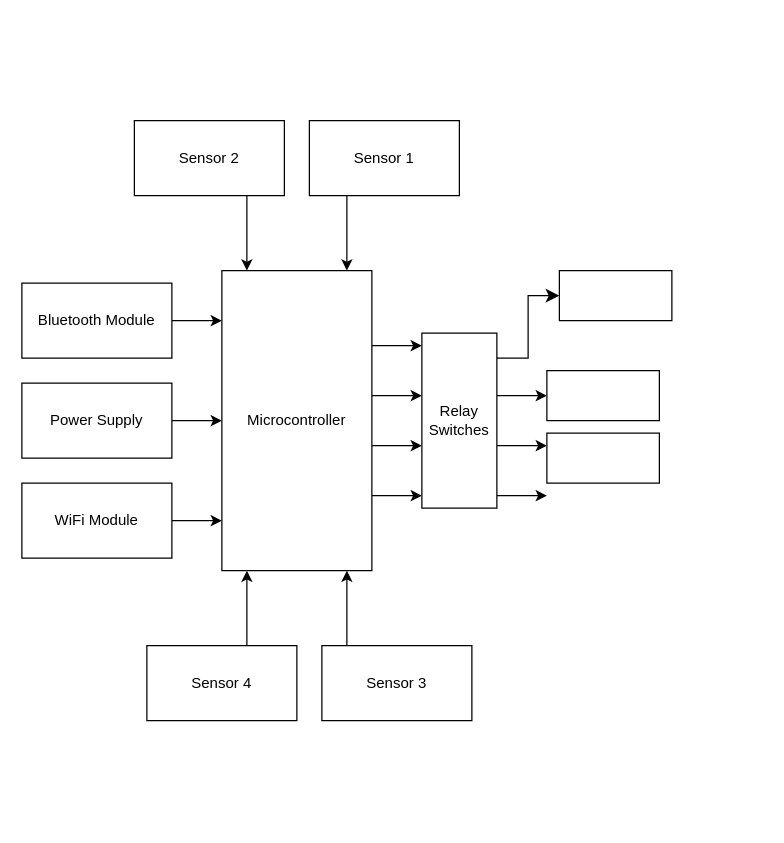
Above: Untitled Diagram.drawio in Kahmyl/Drill (draw.io), before the change. Source tidied: cells renumbered, new cells numbered last; positions are measured from the earlier drawing's top-left corner, leaving out a move shared by most shapes. Both pictures are drawn from the tidied source at 125%, with x=0, y=0 at pixel (21, 120).
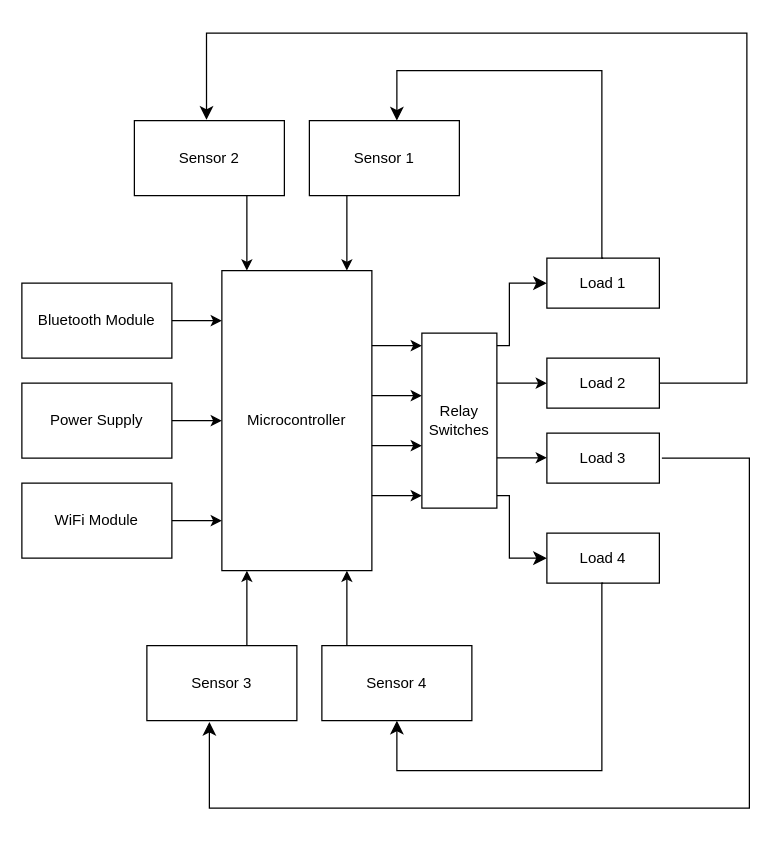
After the change.

Commit message (it also covers changes not shown here):
Home_automation

Unchanged cells that the change refers to:
```xml
<mxCell id="19" value="Sensor 2" style="rounded=0;whiteSpace=wrap;html=1;" parent="1" vertex="1">
  <mxGeometry x="90" width="120" height="60" as="geometry" />
</mxCell>
```

Diff of the diagram source:
```diff
@@
-    <mxCell id="15" value="Sensor 4" style="rounded=0;whiteSpace=wrap;html=1;" parent="1" vertex="1">
+    <mxCell id="15" value="Sensor 3" style="rounded=0;whiteSpace=wrap;html=1;" parent="1" vertex="1">
       <mxGeometry x="100" y="420" width="120" height="60" as="geometry" />
     </mxCell>
-    <mxCell id="16" value="Sensor 3" style="rounded=0;whiteSpace=wrap;html=1;" parent="1" vertex="1">
+    <mxCell id="16" value="Sensor 4" style="rounded=0;whiteSpace=wrap;html=1;" parent="1" vertex="1">
       <mxGeometry x="240" y="420" width="120" height="60" as="geometry" />
     </mxCell>
@@
     <mxCell id="22" style="endArrow=classic;html=1;rounded=0;" parent="1" edge="1">
       <mxGeometry relative="1" as="geometry">
-        <mxPoint x="380" y="220" as="sourcePoint" />
-        <mxPoint x="420" y="220" as="targetPoint" />
+        <mxPoint x="380" y="210" as="sourcePoint" />
+        <mxPoint x="420" y="210" as="targetPoint" />
         <Array as="points">
-          <mxPoint x="410" y="220" />
+          <mxPoint x="410" y="210" />
         </Array>
       </mxGeometry>
     </mxCell>
     <mxCell id="23" style="endArrow=classic;html=1;rounded=0;" parent="1" edge="1">
       <mxGeometry relative="1" as="geometry">
-        <mxPoint x="380" y="260" as="sourcePoint" />
-        <mxPoint x="420" y="260" as="targetPoint" />
+        <mxPoint x="380" y="269.7" as="sourcePoint" />
+        <mxPoint x="420" y="269.7" as="targetPoint" />
         <Array as="points">
-          <mxPoint x="410" y="260" />
+          <mxPoint x="410" y="269.7" />
         </Array>
       </mxGeometry>
     </mxCell>
-    <mxCell id="24" style="endArrow=classic;html=1;rounded=0;" parent="1" edge="1">
-      <mxGeometry relative="1" as="geometry">
-        <mxPoint x="380" y="300" as="sourcePoint" />
-        <mxPoint x="420" y="300" as="targetPoint" />
-        <Array as="points">
-          <mxPoint x="410" y="300" />
-        </Array>
-      </mxGeometry>
-    </mxCell>
-    <mxCell id="25" style="rounded=0;whiteSpace=wrap;html=1;" parent="1" vertex="1">
-      <mxGeometry x="430" y="120" width="90" height="40" as="geometry" />
+    <mxCell id="25" value="Load 1" style="rounded=0;whiteSpace=wrap;html=1;" parent="1" vertex="1">
+      <mxGeometry x="420" y="110" width="90" height="40" as="geometry" />
     </mxCell>
-    <mxCell id="26" style="rounded=0;whiteSpace=wrap;html=1;" parent="1" vertex="1">
-      <mxGeometry x="420" y="200" width="90" height="40" as="geometry" />
+    <mxCell id="26" value="Load 2" style="rounded=0;whiteSpace=wrap;html=1;" parent="1" vertex="1">
+      <mxGeometry x="420" y="190" width="90" height="40" as="geometry" />
     </mxCell>
-    <mxCell id="27" style="rounded=0;whiteSpace=wrap;html=1;" parent="1" vertex="1">
+    <mxCell id="27" value="Load 3" style="rounded=0;whiteSpace=wrap;html=1;" parent="1" vertex="1">
       <mxGeometry x="420" y="250" width="90" height="40" as="geometry" />
     </mxCell>
     <mxCell id="28" style="edgeStyle=elbowEdgeStyle;elbow=horizontal;endArrow=classic;html=1;curved=0;rounded=0;endSize=8;startSize=8;" parent="1" edge="1">
       <mxGeometry relative="1" as="geometry">
-        <mxPoint x="380" y="190" as="sourcePoint" />
-        <mxPoint x="430" y="140" as="targetPoint" />
+        <mxPoint x="380" y="180" as="sourcePoint" />
+        <mxPoint x="420" y="130" as="targetPoint" />
+        <Array as="points">
+          <mxPoint x="390" y="160" />
+        </Array>
       </mxGeometry>
     </mxCell>
+    <mxCell id="29" style="edgeStyle=elbowEdgeStyle;elbow=horizontal;endArrow=classic;html=1;curved=0;rounded=0;endSize=8;startSize=8;" parent="1" edge="1">
+      <mxGeometry relative="1" as="geometry">
+        <mxPoint x="380" y="300" as="sourcePoint" />
+        <mxPoint x="420" y="350" as="targetPoint" />
+        <Array as="points">
+          <mxPoint x="390" y="320" />
+        </Array>
+      </mxGeometry>
+    </mxCell>
+    <mxCell id="30" value="Load 4" style="rounded=0;whiteSpace=wrap;html=1;" parent="1" vertex="1">
+      <mxGeometry x="420" y="330" width="90" height="40" as="geometry" />
+    </mxCell>
+    <mxCell id="31" style="edgeStyle=segmentEdgeStyle;endArrow=classic;html=1;curved=0;rounded=0;endSize=8;startSize=8;exitX=0.5;exitY=0;exitDx=0;exitDy=0;" parent="1" edge="1" source="25">
+      <mxGeometry relative="1" as="geometry">
+        <mxPoint x="300" as="targetPoint" />
+        <Array as="points">
+          <mxPoint x="464" y="110" />
+          <mxPoint x="464" y="-40" />
+          <mxPoint x="300" y="-40" />
+        </Array>
+      </mxGeometry>
+    </mxCell>
+    <mxCell id="32" style="edgeStyle=segmentEdgeStyle;endArrow=classic;html=1;curved=0;rounded=0;endSize=8;startSize=8;exitX=0.5;exitY=0;exitDx=0;exitDy=0;" parent="1" edge="1">
+      <mxGeometry relative="1" as="geometry">
+        <mxPoint x="465" y="370" as="sourcePoint" />
+        <mxPoint x="300" y="480" as="targetPoint" />
+        <Array as="points">
+          <mxPoint x="464" y="370" />
+          <mxPoint x="464" y="520" />
+          <mxPoint x="300" y="520" />
+        </Array>
+      </mxGeometry>
+    </mxCell>
+    <mxCell id="33" style="edgeStyle=segmentEdgeStyle;endArrow=classic;html=1;curved=0;rounded=0;endSize=8;startSize=8;exitX=1;exitY=0.5;exitDx=0;exitDy=0;entryX=0.481;entryY=-0.01;entryDx=0;entryDy=0;entryPerimeter=0;" parent="1" edge="1" source="26" target="19">
+      <mxGeometry relative="1" as="geometry">
+        <Array as="points">
+          <mxPoint x="580" y="210" />
+          <mxPoint x="580" y="-70" />
+          <mxPoint x="148" y="-70" />
+        </Array>
+      </mxGeometry>
+    </mxCell>
+    <mxCell id="34" style="edgeStyle=segmentEdgeStyle;endArrow=classic;html=1;curved=0;rounded=0;endSize=8;startSize=8;exitX=1;exitY=0.5;exitDx=0;exitDy=0;entryX=0.481;entryY=-0.01;entryDx=0;entryDy=0;entryPerimeter=0;" parent="1" edge="1">
+      <mxGeometry relative="1" as="geometry">
+        <mxPoint x="512" y="270" as="sourcePoint" />
+        <mxPoint x="150" y="481" as="targetPoint" />
+        <Array as="points">
+          <mxPoint x="582" y="270" />
+          <mxPoint x="582" y="550" />
+          <mxPoint x="150" y="550" />
+        </Array>
+      </mxGeometry>
+    </mxCell>
```
